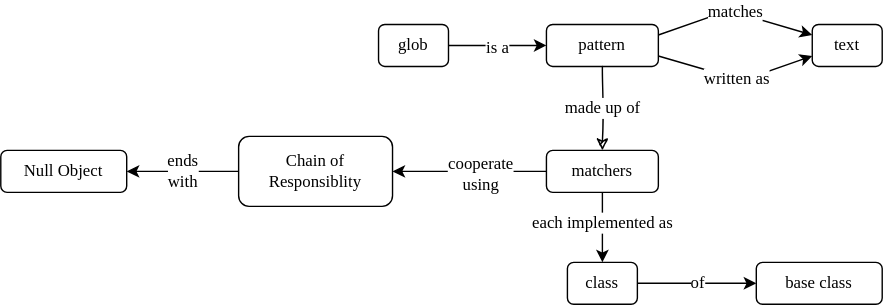
The draw.io diagram sdxpy/glob/concept_map.svg in gvwilson/thirdbit, before a commit. Source tidied: cells renumbered, new cells last; positions are measured from the earlier drawing's top-left corner, leaving out a move shared by most shapes.
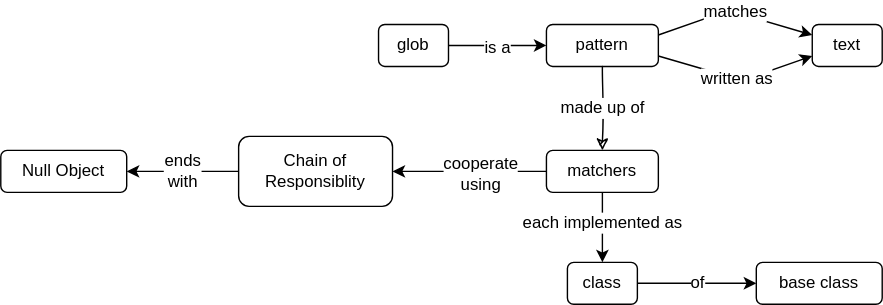
Later version of the same file.

The edit, as a diff of the source:
```diff
@@ -2,69 +2,69 @@
   <root>
     <mxCell id="0" />
     <mxCell id="1" parent="0" />
-    <mxCell id="2" value="&lt;font style=&quot;font-size: 12px;&quot;&gt;glob&lt;/font&gt;" style="rounded=1;whiteSpace=wrap;html=1;fillColor=none;sketch=0;fontFamily=Verdana;fontSize=12;" parent="1" vertex="1">
+    <mxCell id="2" value="&lt;font style=&quot;font-size: 12px;&quot;&gt;glob&lt;/font&gt;" style="rounded=1;whiteSpace=wrap;html=1;fillColor=none;sketch=0;fontFamily=Helvetica;fontSize=12;" parent="1" vertex="1">
       <mxGeometry x="270" y="10" width="50" height="30" as="geometry" />
     </mxCell>
-    <mxCell id="3" value="&lt;font style=&quot;font-size: 12px;&quot;&gt;pattern&lt;/font&gt;" style="rounded=1;whiteSpace=wrap;html=1;fillColor=none;sketch=0;fontFamily=Verdana;fontSize=12;" parent="1" vertex="1">
+    <mxCell id="3" value="&lt;font style=&quot;font-size: 12px;&quot;&gt;pattern&lt;/font&gt;" style="rounded=1;whiteSpace=wrap;html=1;fillColor=none;sketch=0;fontFamily=Helvetica;fontSize=12;" parent="1" vertex="1">
       <mxGeometry x="390" y="10" width="80" height="30" as="geometry" />
     </mxCell>
-    <mxCell id="4" value="&lt;font style=&quot;font-size: 12px;&quot;&gt;text&lt;/font&gt;" style="rounded=1;whiteSpace=wrap;html=1;fillColor=none;sketch=0;fontFamily=Verdana;fontSize=12;" parent="1" vertex="1">
+    <mxCell id="4" value="&lt;font style=&quot;font-size: 12px;&quot;&gt;text&lt;/font&gt;" style="rounded=1;whiteSpace=wrap;html=1;fillColor=none;sketch=0;fontFamily=Helvetica;fontSize=12;" parent="1" vertex="1">
       <mxGeometry x="580" y="10" width="50" height="30" as="geometry" />
     </mxCell>
-    <mxCell id="5" value="&lt;font style=&quot;font-size: 12px;&quot;&gt;matchers&lt;/font&gt;" style="rounded=1;whiteSpace=wrap;html=1;fillColor=none;sketch=0;fontFamily=Verdana;fontSize=12;" parent="1" vertex="1">
+    <mxCell id="5" value="&lt;font style=&quot;font-size: 12px;&quot;&gt;matchers&lt;/font&gt;" style="rounded=1;whiteSpace=wrap;html=1;fillColor=none;sketch=0;fontFamily=Helvetica;fontSize=12;" parent="1" vertex="1">
       <mxGeometry x="390" y="100" width="80" height="30" as="geometry" />
     </mxCell>
-    <mxCell id="6" value="&lt;font style=&quot;font-size: 12px;&quot;&gt;class&lt;/font&gt;" style="rounded=1;whiteSpace=wrap;html=1;fillColor=none;sketch=0;fontFamily=Verdana;fontSize=12;" parent="1" vertex="1">
+    <mxCell id="6" value="&lt;font style=&quot;font-size: 12px;&quot;&gt;class&lt;/font&gt;" style="rounded=1;whiteSpace=wrap;html=1;fillColor=none;sketch=0;fontFamily=Helvetica;fontSize=12;" parent="1" vertex="1">
       <mxGeometry x="405" y="180" width="50" height="30" as="geometry" />
     </mxCell>
-    <mxCell id="7" value="&lt;font style=&quot;font-size: 12px;&quot;&gt;base class&lt;/font&gt;" style="rounded=1;whiteSpace=wrap;html=1;fillColor=none;sketch=0;fontFamily=Verdana;fontSize=12;" parent="1" vertex="1">
+    <mxCell id="7" value="&lt;font style=&quot;font-size: 12px;&quot;&gt;base class&lt;/font&gt;" style="rounded=1;whiteSpace=wrap;html=1;fillColor=none;sketch=0;fontFamily=Helvetica;fontSize=12;" parent="1" vertex="1">
       <mxGeometry x="540" y="180" width="90" height="30" as="geometry" />
     </mxCell>
-    <mxCell id="8" value="&lt;font style=&quot;font-size: 12px;&quot;&gt;Chain of Responsiblity&lt;/font&gt;" style="rounded=1;whiteSpace=wrap;html=1;fillColor=none;sketch=0;fontFamily=Verdana;fontSize=12;" parent="1" vertex="1">
+    <mxCell id="8" value="&lt;font style=&quot;font-size: 12px;&quot;&gt;Chain of Responsiblity&lt;/font&gt;" style="rounded=1;whiteSpace=wrap;html=1;fillColor=none;sketch=0;fontFamily=Helvetica;fontSize=12;" parent="1" vertex="1">
       <mxGeometry x="170" y="90" width="110" height="50" as="geometry" />
     </mxCell>
-    <mxCell id="9" style="endArrow=classic;html=1;rounded=1;sketch=0;fontFamily=Verdana;fontSize=12;entryX=0;entryY=0.5;entryDx=0;entryDy=0;exitX=1;exitY=0.5;exitDx=0;exitDy=0;" parent="1" edge="1" source="2" target="3">
+    <mxCell id="9" style="endArrow=classic;html=1;rounded=1;sketch=0;fontFamily=Helvetica;fontSize=12;entryX=0;entryY=0.5;entryDx=0;entryDy=0;exitX=1;exitY=0.5;exitDx=0;exitDy=0;" parent="1" edge="1" source="2" target="3">
       <mxGeometry relative="1" as="geometry" />
     </mxCell>
-    <mxCell id="10" value="is a" style="edgeLabel;html=1;align=center;verticalAlign=middle;fontSize=12;fontFamily=Verdana;" parent="9" vertex="1">
+    <mxCell id="10" value="is a" style="edgeLabel;html=1;align=center;verticalAlign=middle;fontSize=12;fontFamily=Helvetica;" parent="9" vertex="1">
       <mxGeometry x="-0.03" y="-1" relative="1" as="geometry" />
     </mxCell>
-    <mxCell id="11" value="matches" style="endArrow=classic;html=1;rounded=1;sketch=0;fontFamily=Verdana;fontSize=12;entryX=0;entryY=0.25;entryDx=0;entryDy=0;exitX=1;exitY=0.25;exitDx=0;exitDy=0;" parent="1" edge="1" source="3" target="4">
+    <mxCell id="11" value="matches" style="endArrow=classic;html=1;rounded=1;sketch=0;fontFamily=Helvetica;fontSize=12;entryX=0;entryY=0.25;entryDx=0;entryDy=0;exitX=1;exitY=0.25;exitDx=0;exitDy=0;" parent="1" edge="1" source="3" target="4">
       <mxGeometry relative="1" as="geometry">
         <Array as="points">
           <mxPoint x="520" />
         </Array>
       </mxGeometry>
     </mxCell>
-    <mxCell id="12" value="written as" style="endArrow=classic;html=1;rounded=1;sketch=0;fontFamily=Verdana;fontSize=12;entryX=0;entryY=0.75;entryDx=0;entryDy=0;exitX=1;exitY=0.75;exitDx=0;exitDy=0;" parent="1" edge="1" source="3" target="4">
+    <mxCell id="12" value="written as" style="endArrow=classic;html=1;rounded=1;sketch=0;fontFamily=Helvetica;fontSize=12;entryX=0;entryY=0.75;entryDx=0;entryDy=0;exitX=1;exitY=0.75;exitDx=0;exitDy=0;" parent="1" edge="1" source="3" target="4">
       <mxGeometry relative="1" as="geometry">
         <Array as="points">
           <mxPoint x="530" y="50" />
         </Array>
       </mxGeometry>
     </mxCell>
-    <mxCell id="13" value="made up of" style="endArrow=classic;html=1;rounded=1;sketch=1;fontFamily=Verdana;fontSize=12;entryX=0.5;entryY=0;entryDx=0;entryDy=0;exitX=0.5;exitY=1;exitDx=0;exitDy=0;" parent="1" edge="1" source="3" target="5">
+    <mxCell id="13" value="made up of" style="endArrow=classic;html=1;rounded=1;sketch=1;fontFamily=Helvetica;fontSize=12;entryX=0.5;entryY=0;entryDx=0;entryDy=0;exitX=0.5;exitY=1;exitDx=0;exitDy=0;" parent="1" edge="1" source="3" target="5">
       <mxGeometry relative="1" as="geometry" />
     </mxCell>
-    <mxCell id="14" style="endArrow=classic;html=1;rounded=1;sketch=0;fontFamily=Verdana;fontSize=12;entryX=0.5;entryY=0;entryDx=0;entryDy=0;exitX=0.5;exitY=1;exitDx=0;exitDy=0;" parent="1" edge="1" source="5" target="6">
+    <mxCell id="14" style="endArrow=classic;html=1;rounded=1;sketch=0;fontFamily=Helvetica;fontSize=12;entryX=0.5;entryY=0;entryDx=0;entryDy=0;exitX=0.5;exitY=1;exitDx=0;exitDy=0;" parent="1" edge="1" source="5" target="6">
       <mxGeometry relative="1" as="geometry" />
     </mxCell>
-    <mxCell id="15" value="each implemented as" style="edgeLabel;html=1;align=center;verticalAlign=middle;fontSize=12;fontFamily=Verdana;" parent="14" vertex="1">
+    <mxCell id="15" value="each implemented as" style="edgeLabel;html=1;align=center;verticalAlign=middle;fontSize=12;fontFamily=Helvetica;" parent="14" vertex="1">
       <mxGeometry x="-0.16" y="-1" relative="1" as="geometry" />
     </mxCell>
-    <mxCell id="16" value="of" style="endArrow=classic;html=1;rounded=1;sketch=0;fontFamily=Verdana;fontSize=12;entryX=0;entryY=0.5;entryDx=0;entryDy=0;exitX=1;exitY=0.5;exitDx=0;exitDy=0;" parent="1" edge="1" source="6" target="7">
+    <mxCell id="16" value="of" style="endArrow=classic;html=1;rounded=1;sketch=0;fontFamily=Helvetica;fontSize=12;entryX=0;entryY=0.5;entryDx=0;entryDy=0;exitX=1;exitY=0.5;exitDx=0;exitDy=0;" parent="1" edge="1" source="6" target="7">
       <mxGeometry relative="1" as="geometry" />
     </mxCell>
-    <mxCell id="17" style="endArrow=classic;html=1;rounded=1;sketch=0;fontFamily=Verdana;fontSize=12;exitX=0;exitY=0.5;exitDx=0;exitDy=0;entryX=1;entryY=0.5;entryDx=0;entryDy=0;" parent="1" edge="1" source="5" target="8">
+    <mxCell id="17" style="endArrow=classic;html=1;rounded=1;sketch=0;fontFamily=Helvetica;fontSize=12;exitX=0;exitY=0.5;exitDx=0;exitDy=0;entryX=1;entryY=0.5;entryDx=0;entryDy=0;" parent="1" edge="1" source="5" target="8">
       <mxGeometry relative="1" as="geometry" />
     </mxCell>
-    <mxCell id="18" value="cooperate&lt;br style=&quot;font-size: 12px;&quot;&gt;using" style="edgeLabel;html=1;align=center;verticalAlign=middle;fontSize=12;fontFamily=Verdana;" parent="17" vertex="1">
+    <mxCell id="18" value="cooperate&lt;br style=&quot;font-size: 12px;&quot;&gt;using" style="edgeLabel;html=1;align=center;verticalAlign=middle;fontSize=12;fontFamily=Helvetica;" parent="17" vertex="1">
       <mxGeometry x="-0.13" y="1" relative="1" as="geometry" />
     </mxCell>
-    <mxCell id="19" value="&lt;font style=&quot;font-size: 12px;&quot;&gt;Null Object&lt;/font&gt;" style="rounded=1;whiteSpace=wrap;html=1;fillColor=none;sketch=0;fontFamily=Verdana;fontSize=12;" parent="1" vertex="1">
+    <mxCell id="19" value="&lt;font style=&quot;font-size: 12px;&quot;&gt;Null Object&lt;/font&gt;" style="rounded=1;whiteSpace=wrap;html=1;fillColor=none;sketch=0;fontFamily=Helvetica;fontSize=12;" parent="1" vertex="1">
       <mxGeometry y="100" width="90" height="30" as="geometry" />
     </mxCell>
-    <mxCell id="20" value="&lt;font style=&quot;font-size: 12px;&quot;&gt;ends&lt;br style=&quot;font-size: 12px;&quot;&gt;with&lt;/font&gt;" style="endArrow=classic;html=1;rounded=0;entryX=1;entryY=0.5;entryDx=0;entryDy=0;exitX=0;exitY=0.5;exitDx=0;exitDy=0;fontFamily=Verdana;fontSize=12;" parent="1" edge="1" source="8" target="19">
+    <mxCell id="20" value="&lt;font style=&quot;font-size: 12px;&quot;&gt;ends&lt;br style=&quot;font-size: 12px;&quot;&gt;with&lt;/font&gt;" style="endArrow=classic;html=1;rounded=0;entryX=1;entryY=0.5;entryDx=0;entryDy=0;exitX=0;exitY=0.5;exitDx=0;exitDy=0;fontFamily=Helvetica;fontSize=12;" parent="1" edge="1" source="8" target="19">
       <mxGeometry relative="1" as="geometry" />
     </mxCell>
   </root>
```
